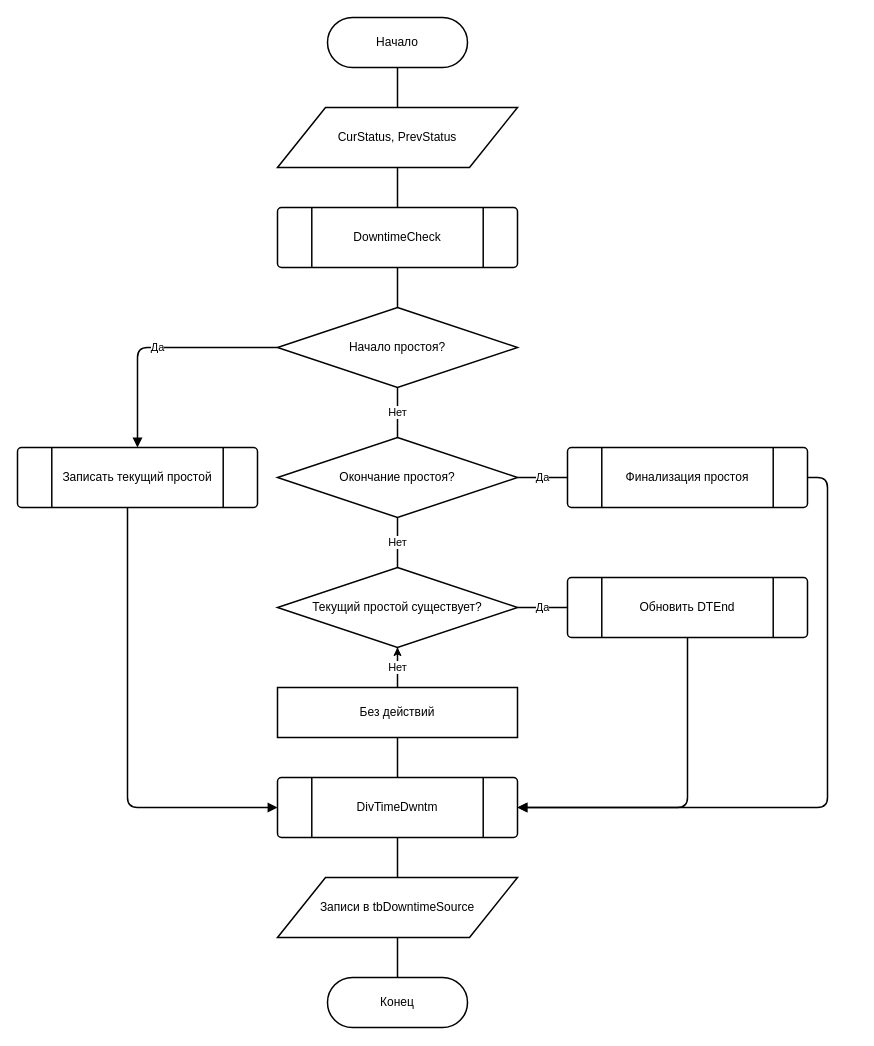
The draw.io diagram page "Page-3" (3 of 5) of diagrams/Untitled Diagram.drawio in KhasanovAMdev/MyDiagrams, before the edit. Source tidied: cells renumbered, new cells numbered last; positions are measured from the earlier drawing's top-left corner, leaving out a move shared by most shapes. Both pictures are drawn from the tidied source at 100%, with x=0, y=0 at pixel (17, 17).
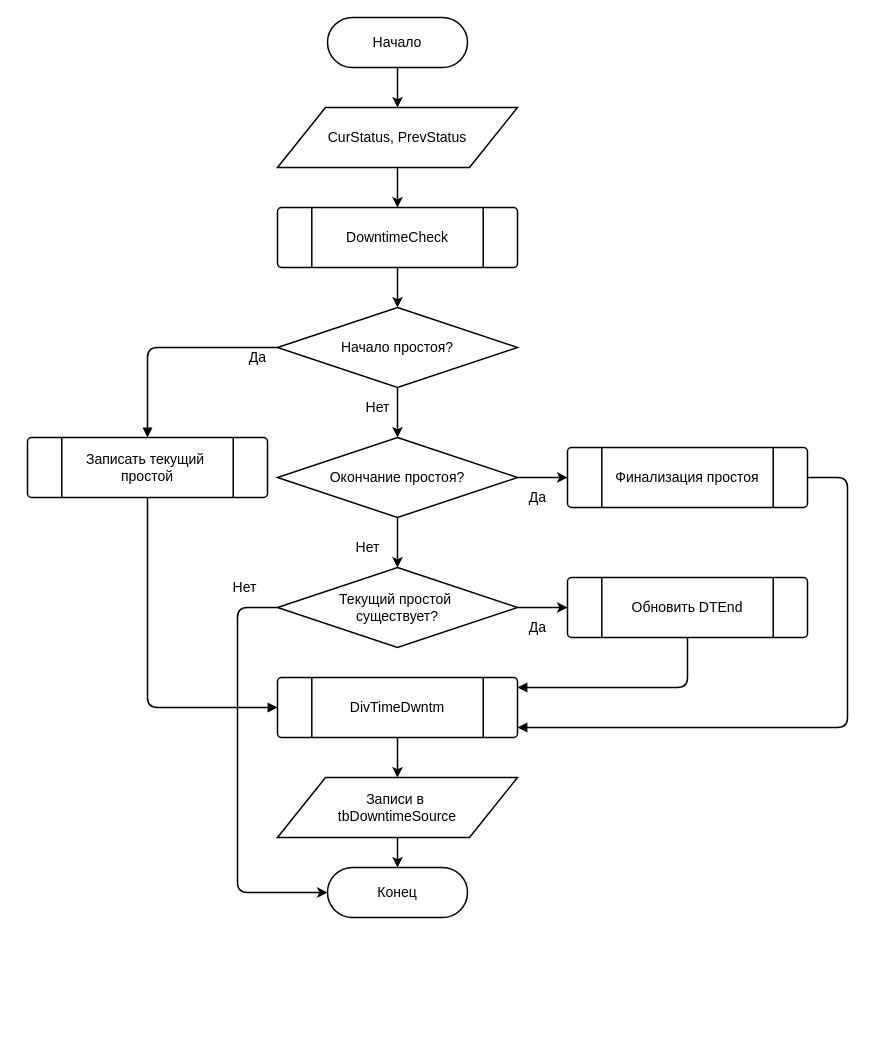
Above is the later version.

Change to the diagram source:
```diff
@@
-    <mxCell id="2" value="Начало" style="rounded=1;whiteSpace=wrap;html=1;arcSize=50;fillColor=#ffffff;strokeColor=#000000;strokeWidth=1.5;" parent="1" vertex="1">
+    <mxCell id="2" value="Начало" style="rounded=1;whiteSpace=wrap;html=1;arcSize=50;fillColor=#ffffff;strokeColor=#000000;strokeWidth=1.5;fontSize=14;" parent="1" vertex="1">
       <mxGeometry x="310" width="140" height="50" as="geometry" />
     </mxCell>
-    <mxCell id="3" value="CurStatus, PrevStatus" style="shape=parallelogram;whiteSpace=wrap;html=1;fillColor=#ffffff;strokeColor=#000000;strokeWidth=1.5;" parent="1" vertex="1">
+    <mxCell id="3" value="CurStatus, PrevStatus" style="shape=parallelogram;whiteSpace=wrap;html=1;fillColor=#ffffff;strokeColor=#000000;strokeWidth=1.5;fontSize=14;" parent="1" vertex="1">
       <mxGeometry x="260" y="90" width="240" height="60" as="geometry" />
     </mxCell>
-    <mxCell id="4" value="DowntimeCheck" style="shape=mxgraph.flowchart.predefined_process;whiteSpace=wrap;html=1;fillColor=#ffffff;strokeColor=#000000;strokeWidth=1.5;" parent="1" vertex="1">
+    <mxCell id="4" value="DowntimeCheck" style="shape=mxgraph.flowchart.predefined_process;whiteSpace=wrap;html=1;fillColor=#ffffff;strokeColor=#000000;strokeWidth=1.5;fontSize=14;" parent="1" vertex="1">
       <mxGeometry x="260" y="190" width="240" height="60" as="geometry" />
     </mxCell>
-    <mxCell id="5" value="Начало простоя?" style="rhombus;whiteSpace=wrap;html=1;fillColor=#ffffff;strokeColor=#000000;strokeWidth=1.5;" parent="1" vertex="1">
+    <mxCell id="5" value="Начало простоя?" style="rhombus;whiteSpace=wrap;html=1;fillColor=#ffffff;strokeColor=#000000;strokeWidth=1.5;fontSize=14;" parent="1" vertex="1">
       <mxGeometry x="260" y="290" width="240" height="80" as="geometry" />
     </mxCell>
-    <mxCell id="6" value="Записать текущий простой" style="shape=mxgraph.flowchart.predefined_process;whiteSpace=wrap;html=1;fillColor=#ffffff;strokeColor=#000000;strokeWidth=1.5;" parent="1" vertex="1">
-      <mxGeometry y="430" width="240" height="60" as="geometry" />
+    <mxCell id="6" value="Записать текущий&amp;nbsp;&lt;div&gt;&lt;span style=&quot;background-color: transparent; color: light-dark(rgb(0, 0, 0), rgb(255, 255, 255));&quot;&gt;простой&lt;/span&gt;&lt;/div&gt;" style="shape=mxgraph.flowchart.predefined_process;whiteSpace=wrap;html=1;fillColor=#ffffff;strokeColor=#000000;strokeWidth=1.5;fontSize=14;" parent="1" vertex="1">
+      <mxGeometry x="10" y="420" width="240" height="60" as="geometry" />
     </mxCell>
-    <mxCell id="7" value="Окончание простоя?" style="rhombus;whiteSpace=wrap;html=1;fillColor=#ffffff;strokeColor=#000000;strokeWidth=1.5;" parent="1" vertex="1">
+    <mxCell id="7" value="Окончание простоя?" style="rhombus;whiteSpace=wrap;html=1;fillColor=#ffffff;strokeColor=#000000;strokeWidth=1.5;fontSize=14;" parent="1" vertex="1">
       <mxGeometry x="260" y="420" width="240" height="80" as="geometry" />
     </mxCell>
-    <mxCell id="8" value="Финализация простоя" style="shape=mxgraph.flowchart.predefined_process;whiteSpace=wrap;html=1;fillColor=#ffffff;strokeColor=#000000;strokeWidth=1.5;" parent="1" vertex="1">
+    <mxCell id="8" value="Финализация простоя" style="shape=mxgraph.flowchart.predefined_process;whiteSpace=wrap;html=1;fillColor=#ffffff;strokeColor=#000000;strokeWidth=1.5;fontSize=14;" parent="1" vertex="1">
       <mxGeometry x="550" y="430" width="240" height="60" as="geometry" />
     </mxCell>
-    <mxCell id="9" value="Текущий простой существует?" style="rhombus;whiteSpace=wrap;html=1;fillColor=#ffffff;strokeColor=#000000;strokeWidth=1.5;" parent="1" vertex="1">
+    <mxCell id="9" value="Текущий простой&amp;nbsp;&lt;div&gt;существует?&lt;/div&gt;" style="rhombus;whiteSpace=wrap;html=1;fillColor=#ffffff;strokeColor=#000000;strokeWidth=1.5;fontSize=14;" parent="1" vertex="1">
       <mxGeometry x="260" y="550" width="240" height="80" as="geometry" />
     </mxCell>
-    <mxCell id="10" value="Обновить DTEnd" style="shape=mxgraph.flowchart.predefined_process;whiteSpace=wrap;html=1;fillColor=#ffffff;strokeColor=#000000;strokeWidth=1.5;" parent="1" vertex="1">
+    <mxCell id="10" value="Обновить DTEnd" style="shape=mxgraph.flowchart.predefined_process;whiteSpace=wrap;html=1;fillColor=#ffffff;strokeColor=#000000;strokeWidth=1.5;fontSize=14;" parent="1" vertex="1">
       <mxGeometry x="550" y="560" width="240" height="60" as="geometry" />
     </mxCell>
-    <mxCell id="11" style="edgeStyle=orthogonalEdgeStyle;rounded=0;jettySize=auto;html=1;" parent="1" edge="1" source="12" target="9">
-      <mxGeometry relative="1" as="geometry" />
-    </mxCell>
-    <mxCell id="12" value="Без действий" style="rounded=0;whiteSpace=wrap;html=1;fillColor=#ffffff;strokeColor=#000000;strokeWidth=1.5;" parent="1" vertex="1">
-      <mxGeometry x="260" y="670" width="240" height="50" as="geometry" />
-    </mxCell>
-    <mxCell id="13" value="DivTimeDwntm" style="shape=mxgraph.flowchart.predefined_process;whiteSpace=wrap;html=1;fillColor=#ffffff;strokeColor=#000000;strokeWidth=1.5;" parent="1" vertex="1">
-      <mxGeometry x="260" y="760" width="240" height="60" as="geometry" />
+    <mxCell id="13" value="DivTimeDwntm" style="shape=mxgraph.flowchart.predefined_process;whiteSpace=wrap;html=1;fillColor=#ffffff;strokeColor=#000000;strokeWidth=1.5;fontSize=14;" parent="1" vertex="1">
+      <mxGeometry x="260" y="660" width="240" height="60" as="geometry" />
     </mxCell>
-    <mxCell id="14" value="Записи в tbDowntimeSource" style="shape=parallelogram;whiteSpace=wrap;html=1;fillColor=#ffffff;strokeColor=#000000;strokeWidth=1.5;" parent="1" vertex="1">
-      <mxGeometry x="260" y="860" width="240" height="60" as="geometry" />
+    <mxCell id="14" value="Записи в&amp;nbsp;&lt;div&gt;tbDowntimeSource&lt;/div&gt;" style="shape=parallelogram;whiteSpace=wrap;html=1;fillColor=#ffffff;strokeColor=#000000;strokeWidth=1.5;fontSize=14;" parent="1" vertex="1">
+      <mxGeometry x="260" y="760" width="240" height="60" as="geometry" />
     </mxCell>
-    <mxCell id="15" value="Конец" style="rounded=1;whiteSpace=wrap;html=1;arcSize=50;fillColor=#ffffff;strokeColor=#000000;strokeWidth=1.5;" parent="1" vertex="1">
-      <mxGeometry x="310" y="960" width="140" height="50" as="geometry" />
+    <mxCell id="15" value="Конец" style="rounded=1;whiteSpace=wrap;html=1;arcSize=50;fillColor=#ffffff;strokeColor=#000000;strokeWidth=1.5;fontSize=14;" parent="1" vertex="1">
+      <mxGeometry x="310" y="850" width="140" height="50" as="geometry" />
     </mxCell>
-    <mxCell id="16" style="edgeStyle=orthogonalEdgeStyle;html=1;strokeWidth=1.5;endArrow=none;" parent="1" edge="1" source="2" target="3">
+    <mxCell id="16" style="edgeStyle=orthogonalEdgeStyle;html=1;strokeWidth=1.5;endArrow=classic;fontSize=14;endFill=1;" parent="1" edge="1" source="2" target="3">
       <mxGeometry relative="1" as="geometry" />
     </mxCell>
-    <mxCell id="17" style="edgeStyle=orthogonalEdgeStyle;html=1;strokeWidth=1.5;endArrow=none;" parent="1" edge="1" source="3" target="4">
+    <mxCell id="17" style="edgeStyle=orthogonalEdgeStyle;html=1;strokeWidth=1.5;endArrow=classic;fontSize=14;endFill=1;" parent="1" edge="1" source="3" target="4">
       <mxGeometry relative="1" as="geometry" />
     </mxCell>
-    <mxCell id="18" style="edgeStyle=orthogonalEdgeStyle;html=1;strokeWidth=1.5;endArrow=none;" parent="1" edge="1" source="4" target="5">
+    <mxCell id="18" style="edgeStyle=orthogonalEdgeStyle;html=1;strokeWidth=1.5;endArrow=classic;fontSize=14;endFill=1;" parent="1" edge="1" source="4" target="5">
       <mxGeometry relative="1" as="geometry" />
     </mxCell>
-    <mxCell id="19" value="Да" style="edgeStyle=orthogonalEdgeStyle;html=1;strokeWidth=1.5;endArrow=block;endFill=1;labelBackgroundColor=#ffffff;" parent="1" edge="1" source="5" target="6">
-      <mxGeometry relative="1" as="geometry" />
+    <mxCell id="19" value="Да" style="edgeStyle=orthogonalEdgeStyle;html=1;strokeWidth=1.5;endArrow=block;endFill=1;labelBackgroundColor=#ffffff;fontSize=14;" parent="1" edge="1" source="5" target="6">
+      <mxGeometry x="-0.82" y="10" relative="1" as="geometry" />
     </mxCell>
-    <mxCell id="20" value="Нет" style="edgeStyle=orthogonalEdgeStyle;html=1;strokeWidth=1.5;endArrow=none;labelBackgroundColor=#ffffff;" parent="1" edge="1" source="5" target="7">
-      <mxGeometry relative="1" as="geometry" />
+    <mxCell id="20" value="Нет" style="edgeStyle=orthogonalEdgeStyle;html=1;strokeWidth=1.5;endArrow=classic;labelBackgroundColor=#ffffff;fontSize=14;endFill=1;" parent="1" edge="1" source="5" target="7">
+      <mxGeometry x="-0.2" y="-20" relative="1" as="geometry" />
     </mxCell>
-    <mxCell id="21" value="Да" style="edgeStyle=orthogonalEdgeStyle;html=1;strokeWidth=1.5;endArrow=none;labelBackgroundColor=#ffffff;" parent="1" edge="1" source="7" target="8">
-      <mxGeometry relative="1" as="geometry" />
+    <mxCell id="21" value="Да" style="edgeStyle=orthogonalEdgeStyle;html=1;strokeWidth=1.5;endArrow=classic;labelBackgroundColor=#ffffff;fontSize=14;endFill=1;" parent="1" edge="1" source="7" target="8">
+      <mxGeometry x="-0.2" y="-20" relative="1" as="geometry" />
     </mxCell>
-    <mxCell id="22" value="Нет" style="edgeStyle=orthogonalEdgeStyle;html=1;strokeWidth=1.5;endArrow=none;labelBackgroundColor=#ffffff;" parent="1" edge="1" source="7" target="9">
-      <mxGeometry relative="1" as="geometry" />
+    <mxCell id="22" value="Нет" style="edgeStyle=orthogonalEdgeStyle;html=1;strokeWidth=1.5;endArrow=classic;labelBackgroundColor=#ffffff;fontSize=14;endFill=1;" parent="1" edge="1" source="7" target="9">
+      <mxGeometry x="0.2" y="-30" relative="1" as="geometry" />
     </mxCell>
-    <mxCell id="23" style="edgeStyle=orthogonalEdgeStyle;html=1;strokeWidth=1.5;endArrow=block;endFill=1;" parent="1" edge="1" source="6" target="13">
-      <mxGeometry relative="1" as="geometry">
+    <mxCell id="23" style="edgeStyle=orthogonalEdgeStyle;html=1;strokeWidth=1.5;endArrow=block;endFill=1;fontSize=14;" parent="1" edge="1" source="6" target="13">
+      <mxGeometry x="-0.03" relative="1" as="geometry">
         <Array as="points">
-          <mxPoint x="110" y="790" />
+          <mxPoint x="130" y="690" />
         </Array>
       </mxGeometry>
     </mxCell>
-    <mxCell id="24" style="edgeStyle=orthogonalEdgeStyle;html=1;strokeWidth=1.5;endArrow=block;endFill=1;" parent="1" edge="1" source="8" target="13">
-      <mxGeometry relative="1" as="geometry">
+    <mxCell id="24" style="edgeStyle=orthogonalEdgeStyle;html=1;strokeWidth=1.5;endArrow=block;endFill=1;fontSize=14;" parent="1" edge="1" source="8" target="13">
+      <mxGeometry x="-0.01" relative="1" as="geometry">
         <Array as="points">
-          <mxPoint x="810" y="460" />
-          <mxPoint x="810" y="790" />
+          <mxPoint x="830" y="460" />
+          <mxPoint x="830" y="710" />
         </Array>
       </mxGeometry>
     </mxCell>
-    <mxCell id="25" value="Да" style="edgeStyle=orthogonalEdgeStyle;html=1;strokeWidth=1.5;endArrow=none;labelBackgroundColor=#ffffff;" parent="1" edge="1" source="9" target="10">
-      <mxGeometry relative="1" as="geometry" />
+    <mxCell id="25" value="Да" style="edgeStyle=orthogonalEdgeStyle;html=1;strokeWidth=1.5;endArrow=classic;labelBackgroundColor=#ffffff;fontSize=14;endFill=1;" parent="1" edge="1" source="9" target="10">
+      <mxGeometry x="-0.2" y="-20" relative="1" as="geometry" />
     </mxCell>
-    <mxCell id="26" value="Нет" style="edgeStyle=orthogonalEdgeStyle;html=1;strokeWidth=1.5;endArrow=none;labelBackgroundColor=#ffffff;" parent="1" edge="1" source="9" target="12">
-      <mxGeometry relative="1" as="geometry" />
+    <mxCell id="26" value="Нет" style="edgeStyle=orthogonalEdgeStyle;html=1;strokeWidth=1.5;endArrow=classic;labelBackgroundColor=#ffffff;fontSize=14;endFill=1;entryX=0;entryY=0.5;entryDx=0;entryDy=0;" parent="1" edge="1" source="9" target="15">
+      <mxGeometry x="-0.84" y="-20" relative="1" as="geometry">
+        <Array as="points">
+          <mxPoint x="220" y="590" />
+          <mxPoint x="220" y="875" />
+        </Array>
+      </mxGeometry>
     </mxCell>
-    <mxCell id="27" style="edgeStyle=orthogonalEdgeStyle;html=1;strokeWidth=1.5;endArrow=block;endFill=1;" parent="1" edge="1" source="10" target="13">
-      <mxGeometry relative="1" as="geometry">
+    <mxCell id="27" style="edgeStyle=orthogonalEdgeStyle;html=1;strokeWidth=1.5;endArrow=block;endFill=1;fontSize=14;exitX=0.5;exitY=1;exitDx=0;exitDy=0;exitPerimeter=0;" parent="1" edge="1" source="10" target="13">
+      <mxGeometry x="-0.2" relative="1" as="geometry">
         <Array as="points">
-          <mxPoint x="670" y="790" />
+          <mxPoint x="670" y="670" />
         </Array>
       </mxGeometry>
     </mxCell>
-    <mxCell id="28" style="edgeStyle=orthogonalEdgeStyle;html=1;strokeWidth=1.5;endArrow=none;" parent="1" edge="1" source="12" target="13">
-      <mxGeometry relative="1" as="geometry" />
-    </mxCell>
-    <mxCell id="29" style="edgeStyle=orthogonalEdgeStyle;html=1;strokeWidth=1.5;endArrow=none;" parent="1" edge="1" source="13" target="14">
+    <mxCell id="29" style="edgeStyle=orthogonalEdgeStyle;html=1;strokeWidth=1.5;endArrow=classic;fontSize=14;endFill=1;" parent="1" edge="1" source="13" target="14">
       <mxGeometry relative="1" as="geometry" />
     </mxCell>
-    <mxCell id="30" style="edgeStyle=orthogonalEdgeStyle;html=1;strokeWidth=1.5;endArrow=none;" parent="1" edge="1" source="14" target="15">
+    <mxCell id="30" style="edgeStyle=orthogonalEdgeStyle;html=1;strokeWidth=1.5;endArrow=classic;fontSize=14;endFill=1;" parent="1" edge="1" source="14" target="15">
       <mxGeometry relative="1" as="geometry" />
     </mxCell>
```
